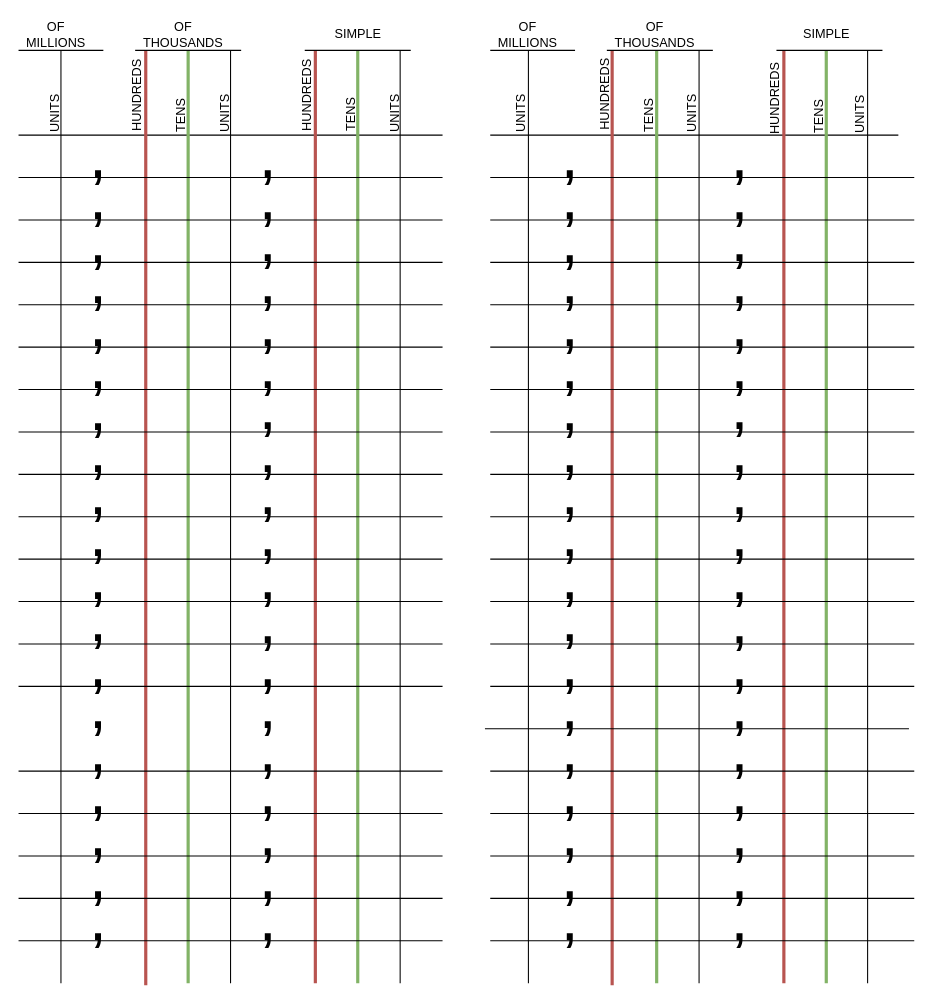
Before: Untitled Diagram.drawio in upgrad-edu/Courses, a draw.io diagram. Source tidied: cells renumbered, new cells numbered last; positions are measured from the earlier drawing's top-left corner, leaving out a move shared by most shapes. Both pictures are drawn from the tidied source at 106%, with x=0, y=0 at pixel (18, 18).
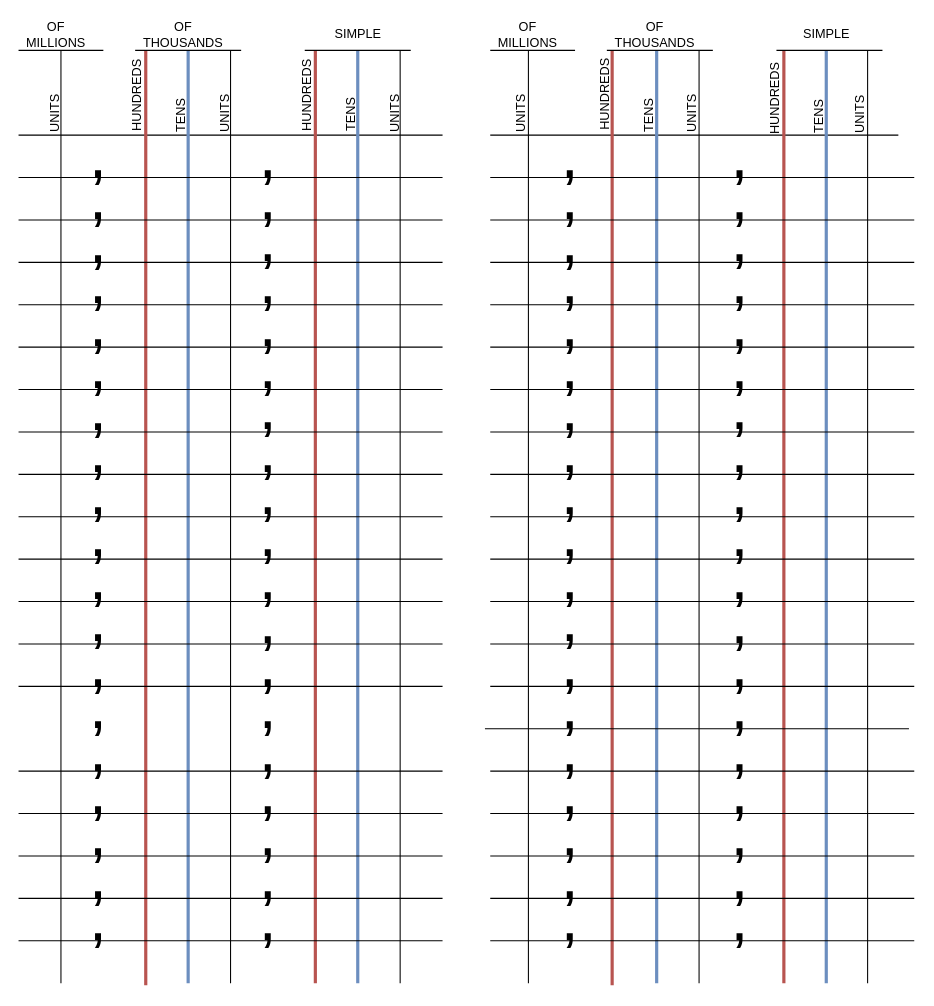
The same diagram, later.

The edit, as a diff of the source:
```diff
@@
-    <mxCell id="5" style="endArrow=none;html=1;fillColor=#d5e8d4;strokeColor=#82b366;strokeWidth=3;" parent="1" edge="1">
+    <mxCell id="5" style="endArrow=none;html=1;fillColor=#dae8fc;strokeColor=#6c8ebf;strokeWidth=3;" parent="1" edge="1">
       <mxGeometry relative="1" as="geometry">
         <mxPoint x="160" y="910" as="sourcePoint" />
         <mxPoint x="160" y="30" as="targetPoint" />
       </mxGeometry>
     </mxCell>
@@
-    <mxCell id="8" style="endArrow=none;html=1;fillColor=#d5e8d4;strokeColor=#82b366;strokeWidth=3;" parent="1" edge="1">
+    <mxCell id="8" style="endArrow=none;html=1;fillColor=#dae8fc;strokeColor=#6c8ebf;strokeWidth=3;" parent="1" edge="1">
       <mxGeometry relative="1" as="geometry">
         <mxPoint x="320" y="910" as="sourcePoint" />
         <mxPoint x="320" y="30" as="targetPoint" />
       </mxGeometry>
     </mxCell>
@@
-    <mxCell id="82" style="endArrow=none;html=1;fillColor=#d5e8d4;strokeColor=#82b366;strokeWidth=3;" parent="1" edge="1">
+    <mxCell id="82" style="endArrow=none;html=1;fillColor=#dae8fc;strokeColor=#6c8ebf;strokeWidth=3;" parent="1" edge="1">
       <mxGeometry relative="1" as="geometry">
         <mxPoint x="602" y="910" as="sourcePoint" />
         <mxPoint x="602" y="30" as="targetPoint" />
       </mxGeometry>
     </mxCell>
@@
-    <mxCell id="85" style="endArrow=none;html=1;fillColor=#d5e8d4;strokeColor=#82b366;strokeWidth=3;" parent="1" edge="1">
+    <mxCell id="85" style="endArrow=none;html=1;fillColor=#dae8fc;strokeColor=#6c8ebf;strokeWidth=3;" parent="1" edge="1">
       <mxGeometry relative="1" as="geometry">
         <mxPoint x="762" y="910" as="sourcePoint" />
         <mxPoint x="762" y="30" as="targetPoint" />
       </mxGeometry>
     </mxCell>
```
